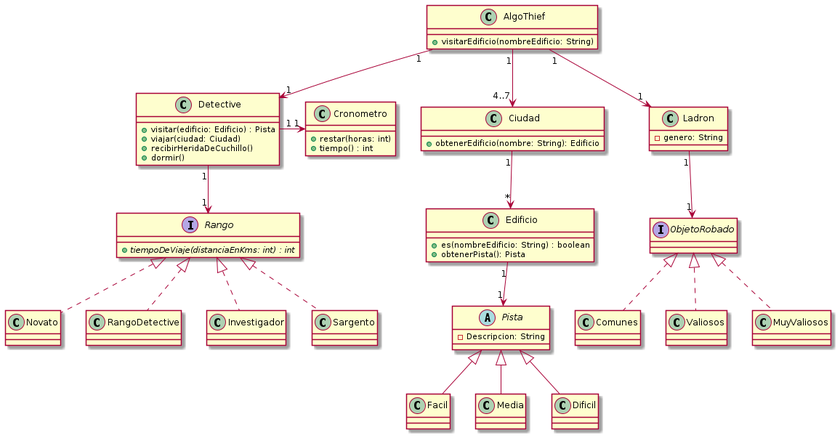
Earlier version of the PlantUML export diagrams/classes/clase_general.png (MegaRedHand/algo-thief).
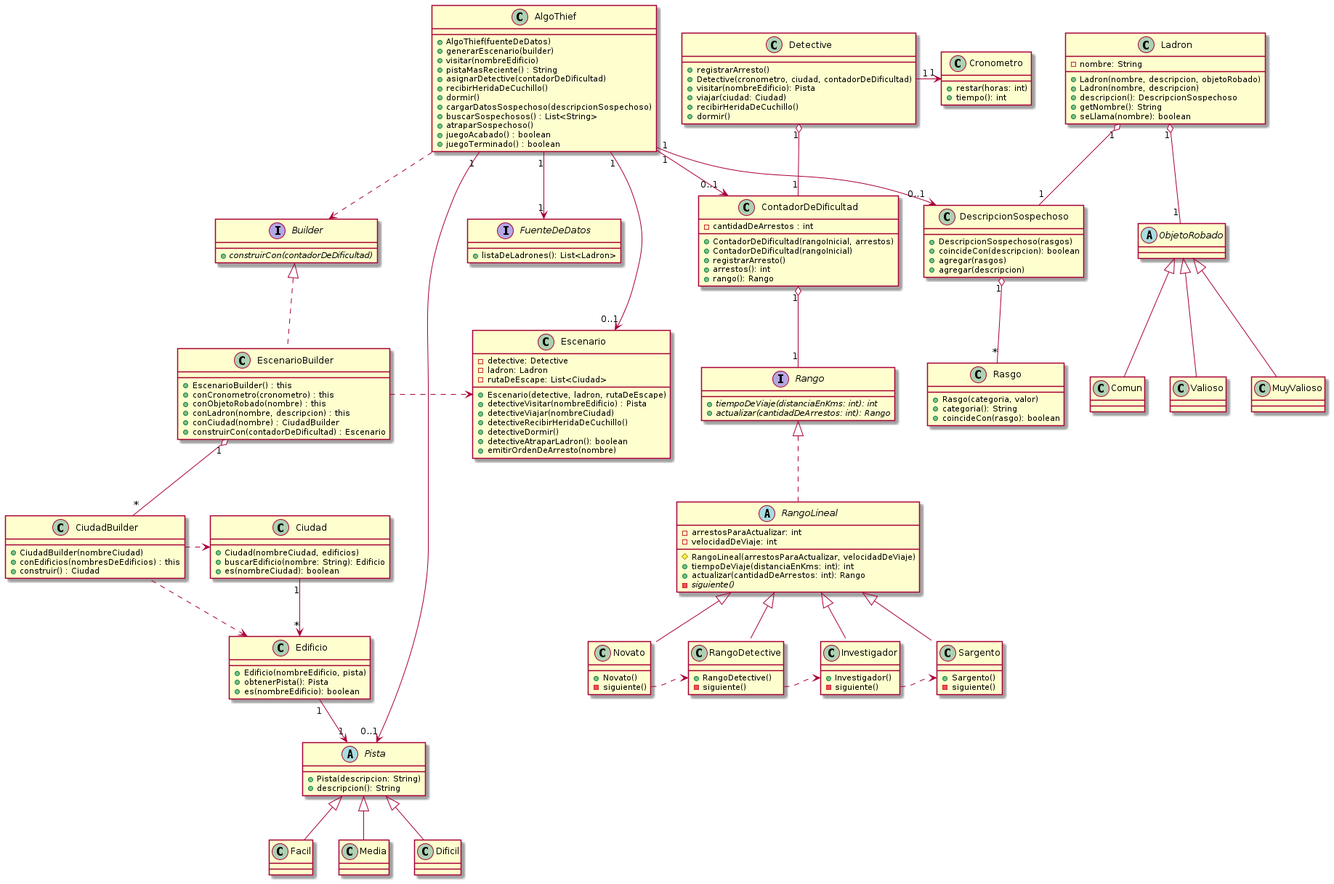
After the change.

Change to the diagram source:
```diff
@@ -1,8 +1,12 @@
 @startuml
 
 !include clase_algothief.plantuml
-!include clase_pista.plantuml
+!include clase_builder.plantuml
+!include clase_rango.plantuml
+!include clase_ciudad.plantuml
 !include clase_ladron.plantuml
 !include clase_policia.plantuml
+!include clase_escenario.plantuml
+!include clase_pista.plantuml
 
 @enduml
```
